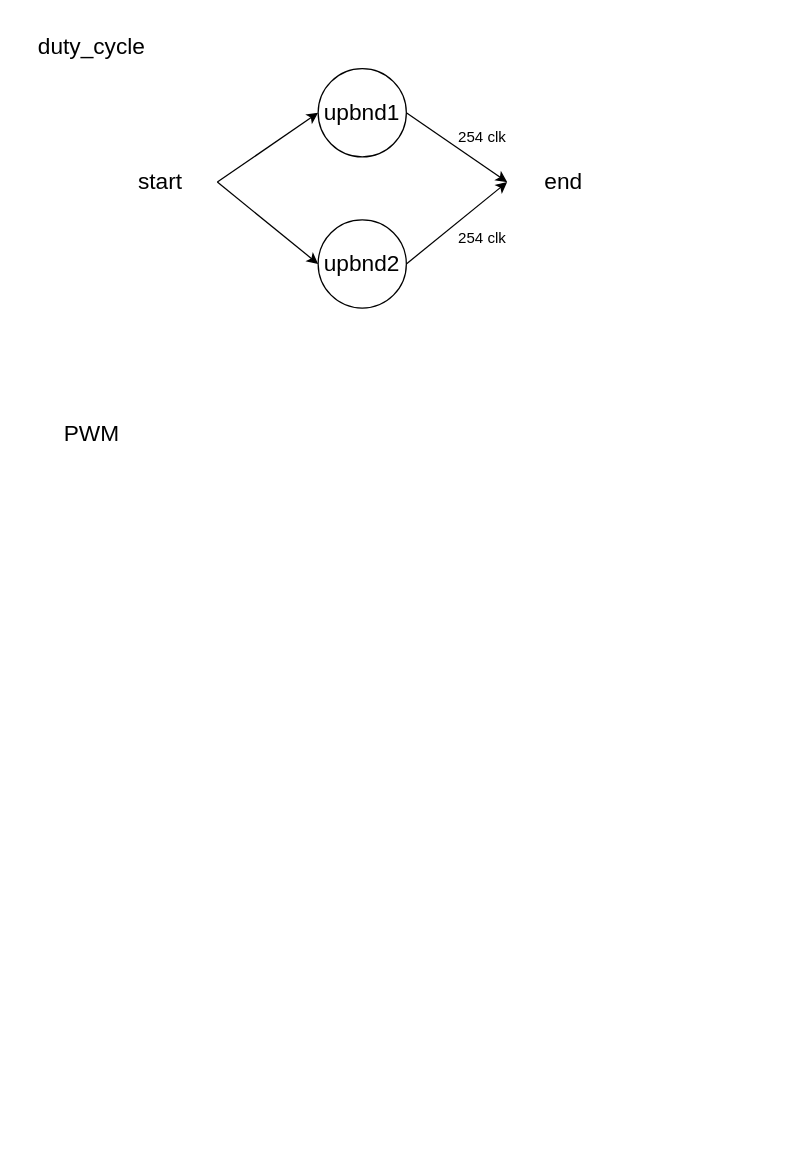
wsy0331/SOC-Lab keeps this draw.io diagram as page "AOV" (2 of 4) of S4/未命名圖表1.drawio. Above is the earlier version. Source tidied: cells renumbered, new cells numbered last; positions are measured from the earlier drawing's top-left corner, leaving out a move shared by most shapes. Both pictures are drawn from the tidied source at 126%, with x=0, y=0 at pixel (21, 21).
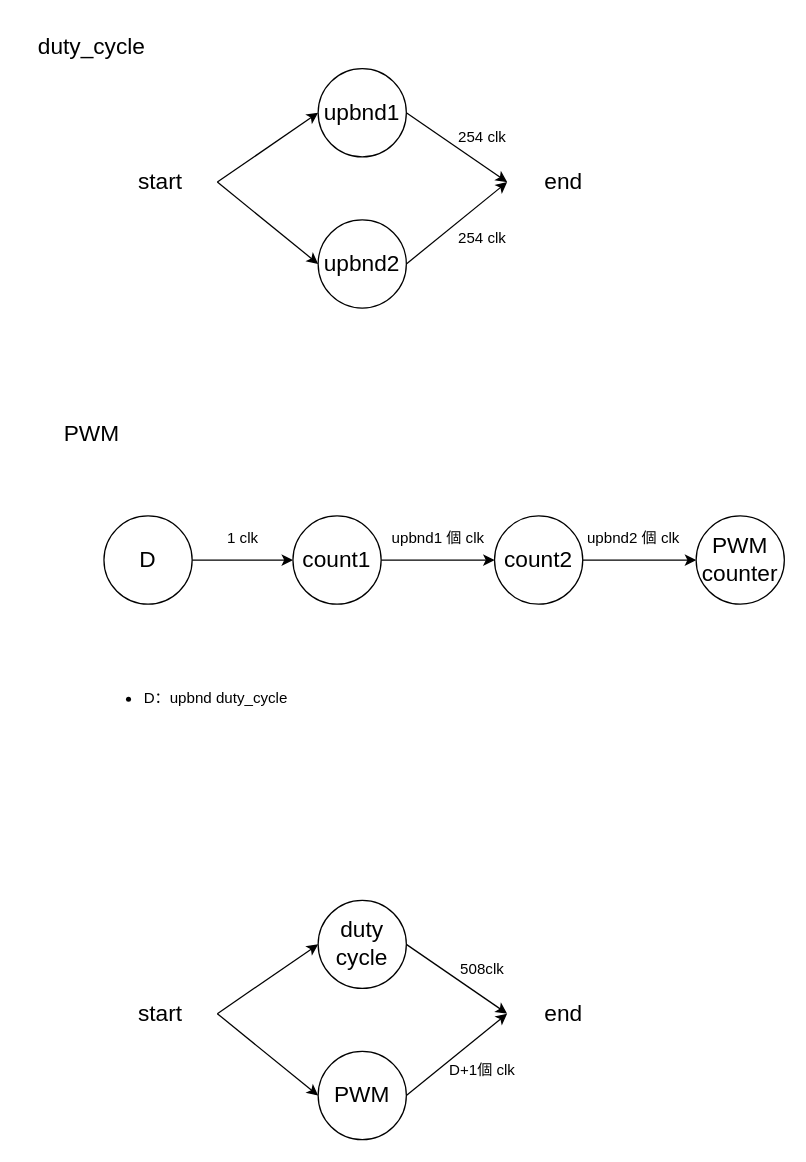
After the change.

What changed in the source:
```diff
@@
+    <mxCell id="14" style="edgeStyle=orthogonalEdgeStyle;rounded=0;jettySize=auto;html=1;exitX=1;exitY=0.5;exitDx=0;exitDy=0;entryX=0;entryY=0.5;entryDx=0;entryDy=0;" parent="1" edge="1" source="15" target="17">
+      <mxGeometry relative="1" as="geometry" />
+    </mxCell>
+    <mxCell id="15" value="&lt;span style=&quot;font-size: 18px;&quot;&gt;D&lt;/span&gt;" style="ellipse;whiteSpace=wrap;html=1;" parent="1" vertex="1">
+      <mxGeometry x="65" y="392" width="70" height="70" as="geometry" />
+    </mxCell>
+    <mxCell id="16" style="edgeStyle=orthogonalEdgeStyle;rounded=0;jettySize=auto;html=1;exitX=1;exitY=0.5;exitDx=0;exitDy=0;entryX=0;entryY=0.5;entryDx=0;entryDy=0;" parent="1" edge="1" source="17" target="19">
+      <mxGeometry relative="1" as="geometry" />
+    </mxCell>
+    <mxCell id="17" value="&lt;span style=&quot;font-size: 18px;&quot;&gt;count1&lt;/span&gt;" style="ellipse;whiteSpace=wrap;html=1;" parent="1" vertex="1">
+      <mxGeometry x="215" y="392" width="70" height="70" as="geometry" />
+    </mxCell>
+    <mxCell id="18" style="edgeStyle=orthogonalEdgeStyle;rounded=0;jettySize=auto;html=1;exitX=1;exitY=0.5;exitDx=0;exitDy=0;entryX=0;entryY=0.5;entryDx=0;entryDy=0;" parent="1" edge="1" source="19" target="20">
+      <mxGeometry relative="1" as="geometry" />
+    </mxCell>
+    <mxCell id="19" value="&lt;span style=&quot;font-size: 18px;&quot;&gt;count2&lt;/span&gt;" style="ellipse;whiteSpace=wrap;html=1;" parent="1" vertex="1">
+      <mxGeometry x="375" y="392" width="70" height="70" as="geometry" />
+    </mxCell>
+    <mxCell id="20" value="&lt;span style=&quot;font-size: 18px;&quot;&gt;PWM&lt;/span&gt;&lt;div&gt;&lt;span style=&quot;font-size: 18px;&quot;&gt;counter&lt;/span&gt;&lt;/div&gt;" style="ellipse;whiteSpace=wrap;html=1;" parent="1" vertex="1">
+      <mxGeometry x="535" y="392" width="70" height="70" as="geometry" />
+    </mxCell>
+    <mxCell id="21" value="1 clk" style="text;html=1;align=center;verticalAlign=middle;strokeColor=none;fillColor=none;" parent="1" vertex="1">
+      <mxGeometry x="150" y="395" width="50" height="30" as="geometry" />
+    </mxCell>
+    <mxCell id="22" value="upbnd1 個 clk" style="text;html=1;align=center;verticalAlign=middle;strokeColor=none;fillColor=none;" parent="1" vertex="1">
+      <mxGeometry x="280" y="395" width="100" height="30" as="geometry" />
+    </mxCell>
+    <mxCell id="23" value="upbnd2 個 clk" style="text;html=1;align=center;verticalAlign=middle;strokeColor=none;fillColor=none;" parent="1" vertex="1">
+      <mxGeometry x="435" y="395" width="100" height="30" as="geometry" />
+    </mxCell>
+    <mxCell id="24" value="&lt;ul&gt;&lt;li&gt;D：upbnd duty_cycle&lt;/li&gt;&lt;/ul&gt;" style="text;strokeColor=none;fillColor=none;html=1;whiteSpace=wrap;verticalAlign=middle;overflow=hidden;" parent="1" vertex="1">
+      <mxGeometry x="55" y="497" width="290" height="80" as="geometry" />
+    </mxCell>
+    <mxCell id="25" style="rounded=0;jettySize=auto;html=1;exitX=1;exitY=0.5;exitDx=0;exitDy=0;entryX=0;entryY=0.5;entryDx=0;entryDy=0;endArrow=classic;endFill=1;" parent="1" edge="1" source="27" target="30">
+      <mxGeometry relative="1" as="geometry" />
+    </mxCell>
+    <mxCell id="26" style="rounded=0;jettySize=auto;html=1;exitX=1;exitY=0.5;exitDx=0;exitDy=0;entryX=0;entryY=0.5;entryDx=0;entryDy=0;endArrow=classic;endFill=1;" parent="1" edge="1" source="27" target="32">
+      <mxGeometry relative="1" as="geometry" />
+    </mxCell>
+    <mxCell id="27" value="&lt;font style=&quot;font-size: 18px;&quot;&gt;start&lt;/font&gt;" style="rounded=0;whiteSpace=wrap;html=1;fillColor=none;strokeColor=none;" parent="1" vertex="1">
+      <mxGeometry x="65" y="767" width="90" height="40" as="geometry" />
+    </mxCell>
+    <mxCell id="28" value="&lt;font style=&quot;font-size: 18px;&quot;&gt;end&lt;/font&gt;" style="rounded=0;whiteSpace=wrap;html=1;fillColor=none;strokeColor=none;" parent="1" vertex="1">
+      <mxGeometry x="385" y="767" width="90" height="40" as="geometry" />
+    </mxCell>
+    <mxCell id="29" style="rounded=0;jettySize=auto;html=1;exitX=1;exitY=0.5;exitDx=0;exitDy=0;entryX=0;entryY=0.5;entryDx=0;entryDy=0;endArrow=classic;endFill=1;" parent="1" edge="1" source="30" target="28">
+      <mxGeometry relative="1" as="geometry" />
+    </mxCell>
+    <mxCell id="30" value="&lt;font style=&quot;font-size: 18px;&quot;&gt;duty&lt;/font&gt;&lt;div&gt;&lt;font style=&quot;font-size: 18px;&quot;&gt;cycle&lt;/font&gt;&lt;/div&gt;" style="ellipse;whiteSpace=wrap;html=1;" parent="1" vertex="1">
+      <mxGeometry x="235" y="697" width="70" height="70" as="geometry" />
+    </mxCell>
+    <mxCell id="31" style="rounded=0;jettySize=auto;html=1;exitX=1;exitY=0.5;exitDx=0;exitDy=0;entryX=0;entryY=0.5;entryDx=0;entryDy=0;endArrow=classic;endFill=1;" parent="1" edge="1" source="32" target="28">
+      <mxGeometry relative="1" as="geometry" />
+    </mxCell>
+    <mxCell id="32" value="&lt;font style=&quot;font-size: 18px;&quot;&gt;PWM&lt;/font&gt;" style="ellipse;whiteSpace=wrap;html=1;" parent="1" vertex="1">
+      <mxGeometry x="235" y="817" width="70" height="70" as="geometry" />
+    </mxCell>
+    <mxCell id="33" value="508clk" style="text;html=1;align=center;verticalAlign=middle;strokeColor=none;fillColor=none;" parent="1" vertex="1">
+      <mxGeometry x="335" y="737" width="60" height="30" as="geometry" />
+    </mxCell>
+    <mxCell id="34" value="D+1個 clk" style="text;html=1;align=center;verticalAlign=middle;strokeColor=none;fillColor=none;" parent="1" vertex="1">
+      <mxGeometry x="325" y="817" width="80" height="30" as="geometry" />
+    </mxCell>
```
